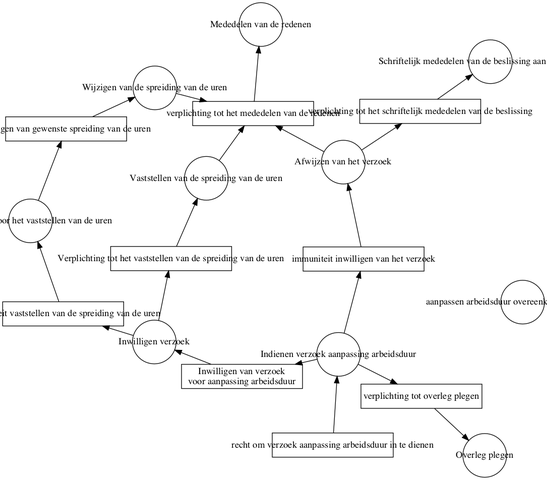
diederikd/DeBrug keeps this Graphviz diagram as graphviz/visualiser.png. Above is the earlier version. Its source is kept beside it as graphviz/visualiser.gv.
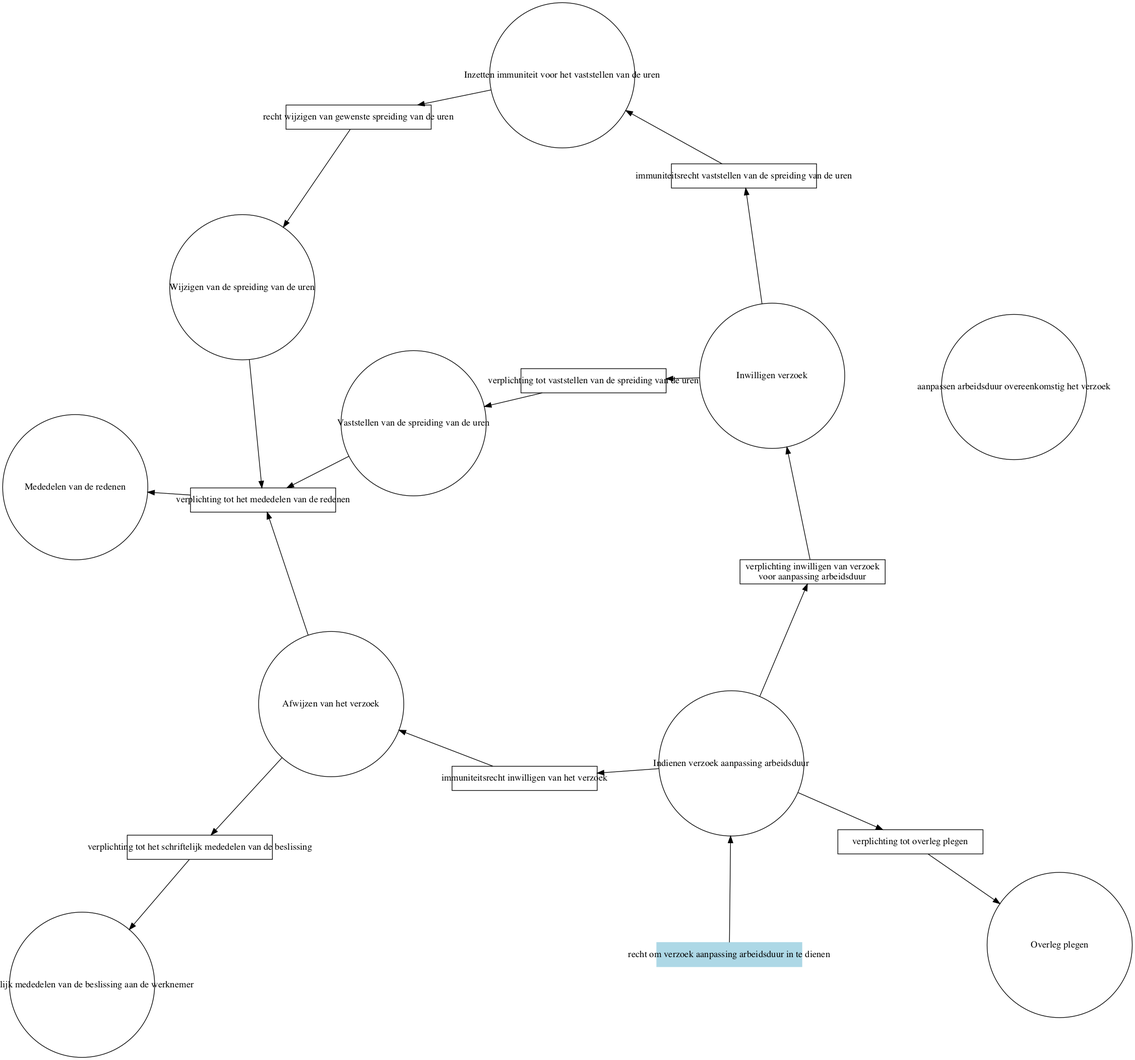
The same file after the commit.

The edit, as a diff of the source:
```diff
@@ -3,39 +3,40 @@
 
 
 digraph diagram{
-node [shape=circle,fixedsize=true,width=0.9];"Indienen verzoek aanpassing arbeidsduur"; "Overleg plegen"; "Inwilligen verzoek"; "Afwijzen van het verzoek"; "Vaststellen van de spreiding van de uren"; "Wijzigen van de spreiding van de uren"; "Immuniteit voor het vaststellen van de uren"; "Schriftelijk mededelen van de beslissing aan de werknemer"; "Mededelen van de redenen"; "aanpassen arbeidsduur overeenkomstig het verzoek";
-node [shape=box, width=2.5];"recht om verzoek aanpassing arbeidsduur in te dienen"; "verplichting tot overleg plegen"; "Inwilligen van verzoek
-voor aanpassing arbeidsduur"; "immuniteit inwilligen van het verzoek"; "Verplichting tot het vaststellen van de spreiding van de uren"; "immuniteit vaststellen van de spreiding van de uren"; "wijzigen van gewenste spreiding van de uren"; "verplichting tot het schriftelijk mededelen van de beslissing"; "verplichting tot het mededelen van de redenen";
+rankdir=LR;
+node [shape=circle, fixedsize=true, width=3];"Indienen verzoek aanpassing arbeidsduur"; "Overleg plegen"; "Inwilligen verzoek"; "Afwijzen van het verzoek"; "Inzetten immuniteit voor het vaststellen van de uren"; "Vaststellen van de spreiding van de uren"; "Wijzigen van de spreiding van de uren"; "Schriftelijk mededelen van de beslissing aan de werknemer"; "Mededelen van de redenen"; "aanpassen arbeidsduur overeenkomstig het verzoek";
+node [shape=box, fixedsize=true, width=3];"recht om verzoek aanpassing arbeidsduur in te dienen"[color=lightblue, style=filled]; "verplichting tot overleg plegen"; "verplichting inwilligen van verzoek
+voor aanpassing arbeidsduur"; "immuniteitsrecht inwilligen van het verzoek"; "verplichting tot vaststellen van de spreiding van de uren"; "immuniteitsrecht vaststellen van de spreiding van de uren"; "recht wijzigen van gewenste spreiding van de uren"; "verplichting tot het schriftelijk mededelen van de beslissing"; "verplichting tot het mededelen van de redenen";
 "recht om verzoek aanpassing arbeidsduur in te dienen"->"Indienen verzoek aanpassing arbeidsduur";
 
 "verplichting tot overleg plegen"->"Overleg plegen";
 
-"Inwilligen van verzoek
+"verplichting inwilligen van verzoek
 voor aanpassing arbeidsduur"->"Inwilligen verzoek";
 
-"immuniteit inwilligen van het verzoek"->"Afwijzen van het verzoek";
+"immuniteitsrecht inwilligen van het verzoek"->"Afwijzen van het verzoek";
 
-"Verplichting tot het vaststellen van de spreiding van de uren"->"Vaststellen van de spreiding van de uren";
+"verplichting tot vaststellen van de spreiding van de uren"->"Vaststellen van de spreiding van de uren";
 
-"immuniteit vaststellen van de spreiding van de uren"->"Immuniteit voor het vaststellen van de uren";
+"immuniteitsrecht vaststellen van de spreiding van de uren"->"Inzetten immuniteit voor het vaststellen van de uren";
 
-"wijzigen van gewenste spreiding van de uren"->"Wijzigen van de spreiding van de uren";
+"recht wijzigen van gewenste spreiding van de uren"->"Wijzigen van de spreiding van de uren";
 
 "verplichting tot het schriftelijk mededelen van de beslissing"->"Schriftelijk mededelen van de beslissing aan de werknemer";
 
 "verplichting tot het mededelen van de redenen"->"Mededelen van de redenen";
 
 "Indienen verzoek aanpassing arbeidsduur"->"verplichting tot overleg plegen";
-"Indienen verzoek aanpassing arbeidsduur"->"Inwilligen van verzoek
+"Indienen verzoek aanpassing arbeidsduur"->"verplichting inwilligen van verzoek
 voor aanpassing arbeidsduur";
-"Indienen verzoek aanpassing arbeidsduur"->"immuniteit inwilligen van het verzoek";
-"Inwilligen verzoek"->"Verplichting tot het vaststellen van de spreiding van de uren";
-"Inwilligen verzoek"->"immuniteit vaststellen van de spreiding van de uren";
+"Indienen verzoek aanpassing arbeidsduur"->"immuniteitsrecht inwilligen van het verzoek";
+"Inwilligen verzoek"->"verplichting tot vaststellen van de spreiding van de uren";
+"Inwilligen verzoek"->"immuniteitsrecht vaststellen van de spreiding van de uren";
 "Afwijzen van het verzoek"->"verplichting tot het schriftelijk mededelen van de beslissing";
 "Afwijzen van het verzoek"->"verplichting tot het mededelen van de redenen";
+"Inzetten immuniteit voor het vaststellen van de uren"->"recht wijzigen van gewenste spreiding van de uren";
 "Vaststellen van de spreiding van de uren"->"verplichting tot het mededelen van de redenen";
 "Wijzigen van de spreiding van de uren"->"verplichting tot het mededelen van de redenen";
-"Immuniteit voor het vaststellen van de uren"->"wijzigen van gewenste spreiding van de uren";
 overlap=false
 fontsize=10;
 }
```
